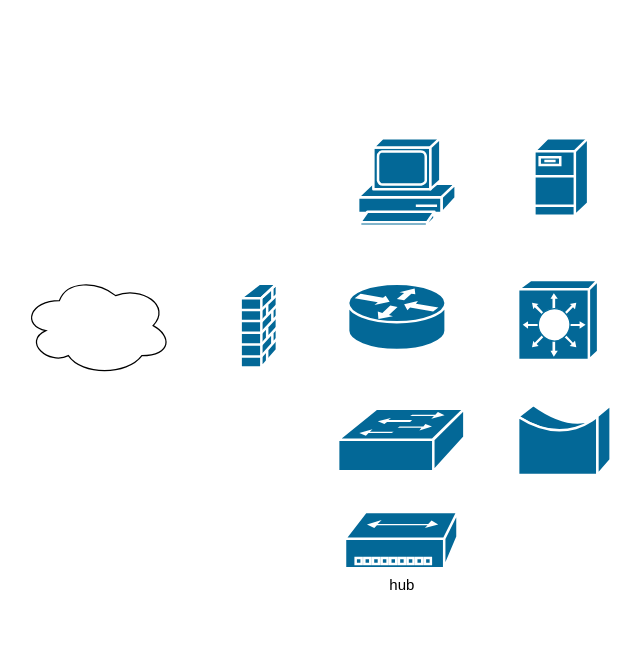
This is CCNA_ICONS.drawio from kyforprogram/ccna, a draw.io file, before an edit. Source tidied: cells renumbered, new cells numbered last; positions are measured from the earlier drawing's top-left corner, leaving out a move shared by most shapes. Both pictures are drawn from the tidied source at 125%, with x=0, y=0 at pixel (21, 138).
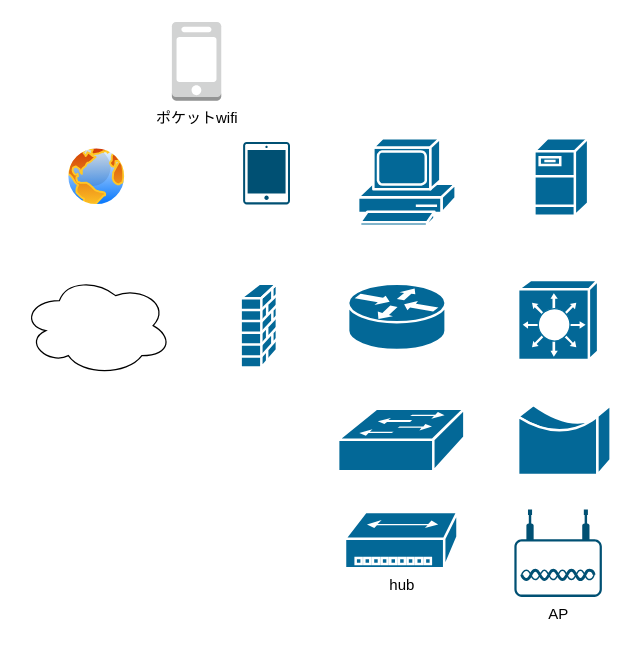
Above is the later version.

Commit message:
CCNA_ICONS.drawio を更新します

What changed in the source:
```diff
@@
 <mxGraphModel>
   <root>
     <mxCell id="0" />
     <mxCell id="1" parent="0" />
     <mxCell id="2" style="shape=mxgraph.cisco.routers.router;sketch=0;html=1;dashed=0;fillColor=#036897;strokeColor=#ffffff;strokeWidth=2;verticalLabelPosition=bottom;verticalAlign=top;align=center;fontFamily=Helvetica;fontSize=11;fontColor=default;" parent="1" vertex="1">
       <mxGeometry x="261" y="116.5" width="78" height="53" as="geometry" />
     </mxCell>
     <mxCell id="3" style="shape=mxgraph.cisco.switches.workgroup_switch;sketch=0;html=1;dashed=0;fillColor=#036897;strokeColor=#ffffff;strokeWidth=2;verticalLabelPosition=bottom;verticalAlign=top;align=center;fontFamily=Helvetica;fontSize=11;fontColor=default;" parent="1" vertex="1">
       <mxGeometry x="253" y="216.5" width="101" height="50" as="geometry" />
     </mxCell>
     <mxCell id="4" style="shape=mxgraph.cisco.computers_and_peripherals.pc;sketch=0;html=1;dashed=0;fillColor=#036897;strokeColor=#ffffff;strokeWidth=2;verticalLabelPosition=bottom;verticalAlign=top;align=center;fontFamily=Helvetica;fontSize=11;fontColor=default;" parent="1" vertex="1">
       <mxGeometry x="269" width="78" height="70" as="geometry" />
     </mxCell>
     <mxCell id="5" style="shape=mxgraph.cisco.servers.fileserver;sketch=0;html=1;dashed=0;fillColor=#036897;strokeColor=#ffffff;strokeWidth=2;verticalLabelPosition=bottom;verticalAlign=top;align=center;fontFamily=Helvetica;fontSize=11;fontColor=default;" parent="1" vertex="1">
       <mxGeometry x="410" width="43" height="62" as="geometry" />
     </mxCell>
     <mxCell id="6" style="shape=mxgraph.cisco.security.firewall;sketch=0;html=1;dashed=0;fillColor=#036897;strokeColor=#ffffff;strokeWidth=2;verticalLabelPosition=bottom;verticalAlign=top;align=center;fontFamily=Helvetica;fontSize=11;fontColor=default;" parent="1" vertex="1">
       <mxGeometry x="175" y="116.5" width="29" height="67" as="geometry" />
     </mxCell>
     <mxCell id="7" style="shape=mxgraph.cisco.misc.bridge;sketch=0;html=1;dashed=0;fillColor=#036897;strokeColor=#ffffff;strokeWidth=2;verticalLabelPosition=bottom;verticalAlign=top;align=center;fontFamily=Helvetica;fontSize=11;fontColor=default;" parent="1" vertex="1">
       <mxGeometry x="397" y="213.5" width="74" height="56" as="geometry" />
     </mxCell>
     <mxCell id="8" style="shape=mxgraph.cisco.switches.layer_3_switch;html=1;dashed=0;fillColor=#036897;strokeColor=#ffffff;strokeWidth=2;verticalLabelPosition=bottom;verticalAlign=top;align=center;fontFamily=Helvetica;fontSize=11;fontColor=default;" parent="1" vertex="1">
       <mxGeometry x="397" y="113.5" width="64" height="64" as="geometry" />
     </mxCell>
     <mxCell id="9" style="ellipse;shape=cloud;whiteSpace=wrap;html=1;" parent="1" vertex="1">
       <mxGeometry y="110" width="120" height="80" as="geometry" />
     </mxCell>
     <mxCell id="10" value="hub" style="shape=mxgraph.cisco.hubs_and_gateways.small_hub;sketch=0;html=1;dashed=0;fillColor=#036897;strokeColor=#ffffff;strokeWidth=2;verticalLabelPosition=bottom;verticalAlign=top;align=center;" parent="1" vertex="1">
       <mxGeometry x="258.5" y="299" width="90" height="45" as="geometry" />
     </mxCell>
+    <mxCell id="11" value="AP" style="verticalLabelPosition=bottom;sketch=0;html=1;verticalAlign=top;align=center;shape=mxgraph.cisco19.wireless_access_point;fillColor=#005073;strokeColor=none;" parent="1" vertex="1">
+      <mxGeometry x="394" y="297" width="70" height="70" as="geometry" />
+    </mxCell>
+    <mxCell id="12" style="sketch=0;verticalLabelPosition=bottom;html=1;verticalAlign=top;align=center;shape=mxgraph.cisco19.handheld;fillColor=#005073;strokeColor=none;" parent="1" vertex="1">
+      <mxGeometry x="177" y="3" width="37.5" height="50" as="geometry" />
+    </mxCell>
+    <mxCell id="13" style="image;perimeter=ellipsePerimeter;html=1;align=center;shadow=0;dashed=0;spacingTop=3;image=img/lib/active_directory/internet_globe.svg;" parent="1" vertex="1">
+      <mxGeometry x="35" y="6" width="50" height="50" as="geometry" />
+    </mxCell>
+    <mxCell id="14" value="ポケットwifi" style="dashed=0;verticalLabelPosition=bottom;verticalAlign=top;align=center;html=1;shape=mxgraph.aws3.mobile_client;fillColor=#D2D3D3;gradientColor=none;" parent="1" vertex="1">
+      <mxGeometry x="120" y="-93" width="39.5" height="63" as="geometry" />
+    </mxCell>
   </root>
 </mxGraphModel>
```
